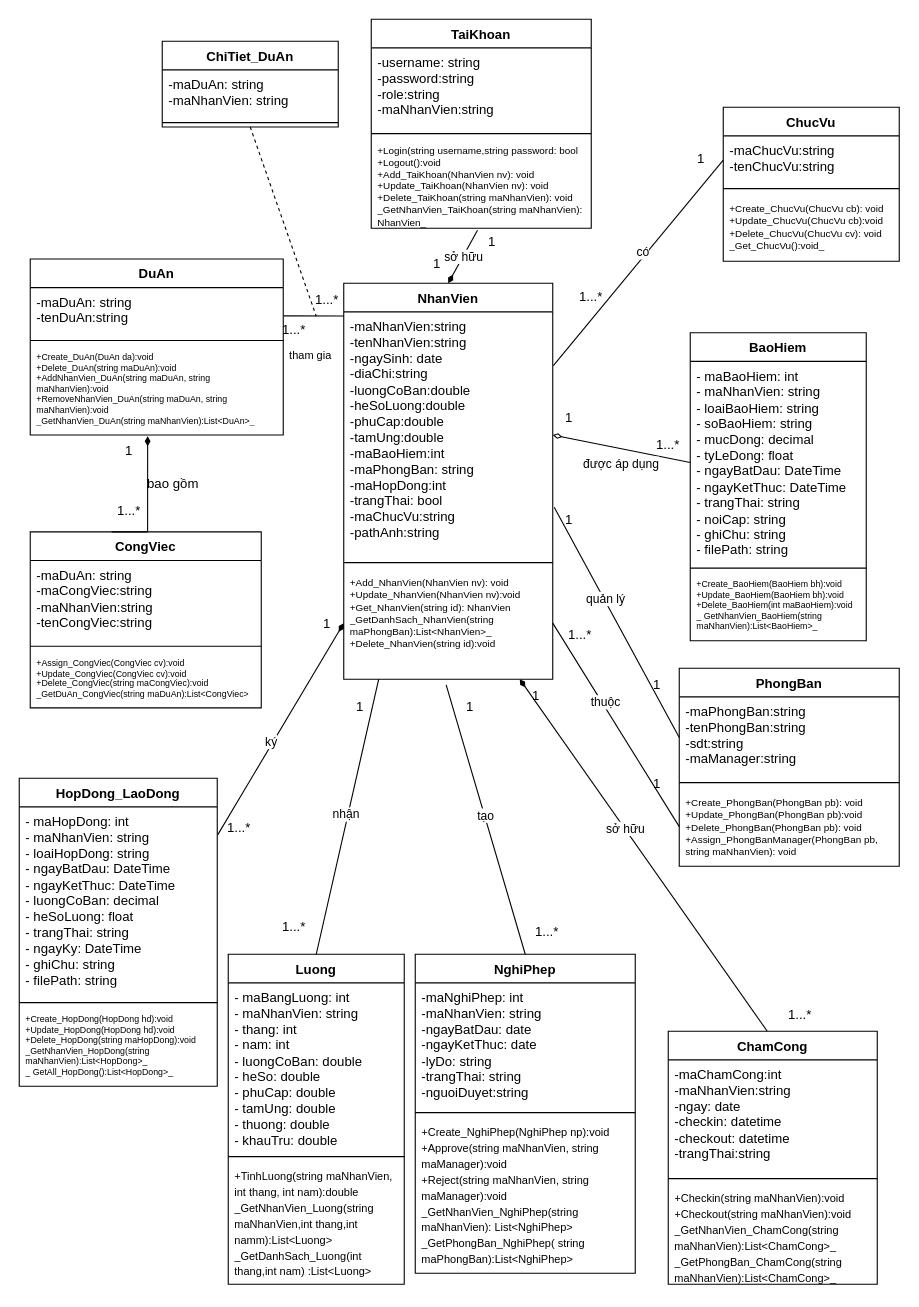
Earlier version of the draw.io diagram SoDoClass.drawio (hoangda24312/Group4-DesigningSystem). Source tidied: cells renumbered, new cells numbered last; positions are measured from the earlier drawing's top-left corner, leaving out a move shared by most shapes. Both pictures are drawn from the tidied source at 110%, with x=0, y=0 at pixel (19, 19).
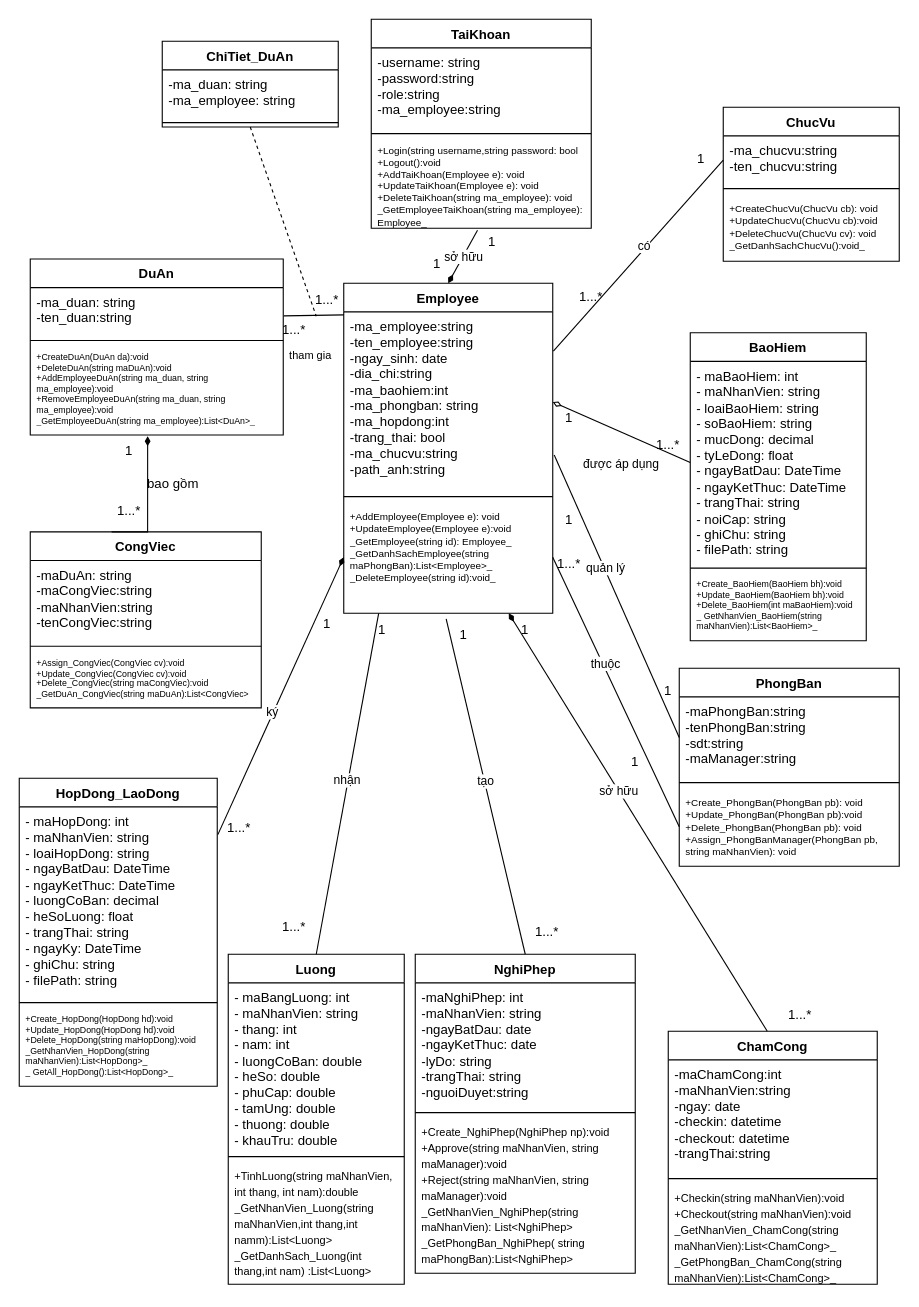
After the change.

Unchanged cells that the change refers to:
```xml
<mxCell id="2" value="TaiKhoan" style="swimlane;fontStyle=1;align=center;verticalAlign=top;horizontal=1;startSize=26;whiteSpace=wrap;html=1;" parent="1" vertex="1">
  <mxGeometry x="320" width="200" height="190" as="geometry" />
</mxCell>
<mxCell id="6" value="ChiTiet_DuAn" style="swimlane;fontStyle=1;align=center;verticalAlign=top;horizontal=1;startSize=26;whiteSpace=wrap;html=1;" parent="1" vertex="1">
  <mxGeometry x="130" y="20" width="160" height="78" as="geometry" />
</mxCell>
<mxCell id="9" value="DuAn" style="swimlane;fontStyle=1;align=center;verticalAlign=top;horizontal=1;startSize=26;whiteSpace=wrap;html=1;" parent="1" vertex="1">
  <mxGeometry x="10" y="218" width="230" height="160" as="geometry" />
</mxCell>
<mxCell id="54" value="ChucVu" style="swimlane;fontStyle=1;align=center;verticalAlign=top;horizontal=1;startSize=26;whiteSpace=wrap;html=1;" parent="1" vertex="1">
  <mxGeometry x="640" y="80" width="160" height="140" as="geometry" />
</mxCell>
```

Change to the diagram source:
```diff
@@
-    <mxCell id="3" value="-username: string&lt;div&gt;-password:string&lt;/div&gt;&lt;div&gt;-role:string&lt;/div&gt;&lt;div&gt;-maNhanVien:string&lt;/div&gt;" style="text;strokeColor=none;fillColor=none;align=left;verticalAlign=top;spacingLeft=4;spacingRight=4;overflow=hidden;whiteSpace=wrap;html=1;" parent="2" vertex="1">
+    <mxCell id="3" value="-username: string&lt;div&gt;-password:string&lt;/div&gt;&lt;div&gt;-role:string&lt;/div&gt;&lt;div&gt;-&lt;span style=&quot;background-color: transparent; color: light-dark(rgb(0, 0, 0), rgb(255, 255, 255));&quot;&gt;ma_employee&lt;/span&gt;&lt;span style=&quot;background-color: transparent; color: light-dark(rgb(0, 0, 0), rgb(255, 255, 255));&quot;&gt;:string&lt;/span&gt;&lt;/div&gt;" style="text;strokeColor=none;fillColor=none;align=left;verticalAlign=top;spacingLeft=4;spacingRight=4;overflow=hidden;whiteSpace=wrap;html=1;" parent="2" vertex="1">
       <mxGeometry y="26" width="200" height="74" as="geometry" />
     </mxCell>
@@
-    <mxCell id="5" value="+Login(string username,string password: bool&lt;div&gt;+Logout():void&lt;/div&gt;&lt;div&gt;+Add_TaiKhoan(NhanVien nv): void&lt;/div&gt;&lt;div&gt;+Update_TaiKhoan(NhanVien nv): void&lt;/div&gt;&lt;div&gt;+Delete_TaiKhoan(string maNhanVien): void&lt;/div&gt;&lt;div&gt;_GetNhanVien_TaiKhoan(string maNhanVien): NhanVien_&lt;/div&gt;" style="text;strokeColor=none;fillColor=none;align=left;verticalAlign=top;spacingLeft=4;spacingRight=4;overflow=hidden;points=[[0,0.5],[1,0.5]];portConstraint=eastwest;whiteSpace=wrap;html=1;fontSize=9;" parent="2" vertex="1">
+    <mxCell id="5" value="+Login(string username,string password: bool&lt;div&gt;+Logout():void&lt;/div&gt;&lt;div&gt;+AddTaiKhoan(Employee e): void&lt;/div&gt;&lt;div&gt;+UpdateTaiKhoan(Employee e): void&lt;/div&gt;&lt;div&gt;+DeleteTaiKhoan(string ma_employee): void&lt;/div&gt;&lt;div&gt;_GetEmployeeTaiKhoan(string ma_employee): Employee_&lt;/div&gt;" style="text;strokeColor=none;fillColor=none;align=left;verticalAlign=top;spacingLeft=4;spacingRight=4;overflow=hidden;points=[[0,0.5],[1,0.5]];portConstraint=eastwest;whiteSpace=wrap;html=1;fontSize=9;" parent="2" vertex="1">
       <mxGeometry y="108" width="200" height="82" as="geometry" />
     </mxCell>
@@
-    <mxCell id="7" value="-maDuAn: string&lt;div&gt;-maNhanVien: string&lt;div&gt;&lt;br&gt;&lt;/div&gt;&lt;/div&gt;" style="text;strokeColor=none;fillColor=none;align=left;verticalAlign=top;spacingLeft=4;spacingRight=4;overflow=hidden;whiteSpace=wrap;html=1;" parent="6" vertex="1">
+    <mxCell id="7" value="-ma_duan: string&lt;div&gt;-&lt;span style=&quot;background-color: transparent; color: light-dark(rgb(0, 0, 0), rgb(255, 255, 255));&quot;&gt;ma_employee&lt;/span&gt;&lt;span style=&quot;background-color: transparent; color: light-dark(rgb(0, 0, 0), rgb(255, 255, 255));&quot;&gt;: string&lt;/span&gt;&lt;/div&gt;&lt;div&gt;&lt;div&gt;&lt;br&gt;&lt;/div&gt;&lt;/div&gt;" style="text;strokeColor=none;fillColor=none;align=left;verticalAlign=top;spacingLeft=4;spacingRight=4;overflow=hidden;whiteSpace=wrap;html=1;" parent="6" vertex="1">
       <mxGeometry y="26" width="160" height="44" as="geometry" />
     </mxCell>
@@
-    <mxCell id="10" value="-maDuAn: string&lt;div&gt;-tenDuAn:string&lt;br&gt;&lt;div&gt;&lt;br&gt;&lt;/div&gt;&lt;/div&gt;" style="text;strokeColor=none;fillColor=none;align=left;verticalAlign=top;spacingLeft=4;spacingRight=4;overflow=hidden;points=[[0,0.5],[1,0.5]];portConstraint=eastwest;whiteSpace=wrap;html=1;" parent="9" vertex="1">
+    <mxCell id="10" value="-ma_duan: string&lt;div&gt;-ten_duan:string&lt;br&gt;&lt;div&gt;&lt;br&gt;&lt;/div&gt;&lt;/div&gt;" style="text;strokeColor=none;fillColor=none;align=left;verticalAlign=top;spacingLeft=4;spacingRight=4;overflow=hidden;points=[[0,0.5],[1,0.5]];portConstraint=eastwest;whiteSpace=wrap;html=1;" parent="9" vertex="1">
       <mxGeometry y="26" width="230" height="44" as="geometry" />
     </mxCell>
@@
-    <mxCell id="12" value="&lt;div&gt;+Create_DuAn(DuAn da):void&lt;/div&gt;&lt;div&gt;+Delete_DuAn(string maDuAn):void&lt;/div&gt;&lt;div&gt;+AddNhanVien_DuAn(string maDuAn, string maNhanVien):void&lt;/div&gt;&lt;div&gt;+RemoveNhanVien_DuAn(string maDuAn, string maNhanVien):void&lt;/div&gt;&lt;div&gt;_GetNhanVien_DuAn(string maNhanVien):List&amp;lt;DuAn&amp;gt;_&lt;/div&gt;" style="text;strokeColor=none;fillColor=none;align=left;verticalAlign=top;spacingLeft=4;spacingRight=4;overflow=hidden;points=[[0,0.5],[1,0.5]];portConstraint=eastwest;whiteSpace=wrap;html=1;fontSize=8;" parent="9" vertex="1">
+    <mxCell id="12" value="&lt;div&gt;+CreateDuAn(DuAn da):void&lt;/div&gt;&lt;div&gt;+DeleteDuAn(string maDuAn):void&lt;/div&gt;&lt;div&gt;+AddEmployeeDuAn(string ma_duan, string ma_employee):void&lt;/div&gt;&lt;div&gt;+RemoveEmployeeDuAn(string ma_duan, string ma_employee):void&lt;/div&gt;&lt;div&gt;_GetEmployeeDuAn(string ma_employee):List&amp;lt;DuAn&amp;gt;_&lt;/div&gt;" style="text;strokeColor=none;fillColor=none;align=left;verticalAlign=top;spacingLeft=4;spacingRight=4;overflow=hidden;points=[[0,0.5],[1,0.5]];portConstraint=eastwest;whiteSpace=wrap;html=1;fontSize=8;" parent="9" vertex="1">
       <mxGeometry y="78" width="230" height="82" as="geometry" />
     </mxCell>
@@
-    <mxCell id="25" value="NhanVien" style="swimlane;fontStyle=1;align=center;verticalAlign=top;horizontal=1;startSize=26;whiteSpace=wrap;html=1;" parent="1" vertex="1">
-      <mxGeometry x="295" y="240" width="190" height="360" as="geometry" />
+    <mxCell id="25" value="Employee" style="swimlane;fontStyle=1;align=center;verticalAlign=top;horizontal=1;startSize=26;whiteSpace=wrap;html=1;" parent="1" vertex="1">
+      <mxGeometry x="295" y="240" width="190" height="300" as="geometry" />
     </mxCell>
-    <mxCell id="26" value="-maNhanVien:string&lt;div&gt;-tenNhanVien:string&lt;/div&gt;&lt;div&gt;-ngaySinh: date&lt;/div&gt;&lt;div&gt;-diaChi:string&lt;/div&gt;&lt;div&gt;-luongCoBan:double&lt;/div&gt;&lt;div&gt;-heSoLuong:double&lt;/div&gt;&lt;div&gt;-phuCap:double&lt;/div&gt;&lt;div&gt;-tamUng:double&lt;/div&gt;&lt;div&gt;-maBaoHiem:int&amp;nbsp;&lt;/div&gt;&lt;div&gt;-maPhongBan: string&lt;/div&gt;&lt;div&gt;-maHopDong:int&lt;/div&gt;&lt;div&gt;-trangThai: bool&lt;/div&gt;&lt;div&gt;-maChucVu:string&lt;/div&gt;&lt;div&gt;-pathAnh:string&lt;/div&gt;" style="text;strokeColor=none;fillColor=none;align=left;verticalAlign=top;spacingLeft=4;spacingRight=4;overflow=hidden;points=[[0,0.5],[1,0.5]];portConstraint=eastwest;whiteSpace=wrap;html=1;" parent="25" vertex="1">
-      <mxGeometry y="26" width="190" height="224" as="geometry" />
+    <mxCell id="26" value="-ma_employee:string&lt;div&gt;-ten_employee:string&lt;/div&gt;&lt;div&gt;-ngay_sinh: date&lt;/div&gt;&lt;div&gt;-dia_chi:string&lt;/div&gt;&lt;div&gt;-ma_baohiem:int&amp;nbsp;&lt;/div&gt;&lt;div&gt;-ma_phongban: string&lt;/div&gt;&lt;div&gt;-ma_hopdong:int&lt;/div&gt;&lt;div&gt;-trang_thai: bool&lt;/div&gt;&lt;div&gt;-ma_chucvu:string&lt;/div&gt;&lt;div&gt;-path_anh:string&lt;/div&gt;" style="text;strokeColor=none;fillColor=none;align=left;verticalAlign=top;spacingLeft=4;spacingRight=4;overflow=hidden;points=[[0,0.5],[1,0.5]];portConstraint=eastwest;whiteSpace=wrap;html=1;" parent="25" vertex="1">
+      <mxGeometry y="26" width="190" height="164" as="geometry" />
     </mxCell>
     <mxCell id="27" style="line;strokeWidth=1;fillColor=none;align=left;verticalAlign=middle;spacingTop=-1;spacingLeft=3;spacingRight=3;labelPosition=right;strokeColor=inherit;" parent="25" vertex="1">
-      <mxGeometry y="250" width="190" height="8" as="geometry" />
+      <mxGeometry y="190" width="190" height="8" as="geometry" />
     </mxCell>
-    <mxCell id="28" value="&lt;span style=&quot;font-size: 9px;&quot;&gt;+Add_NhanVien(NhanVien nv): void&lt;/span&gt;&lt;div style=&quot;font-size: 9px;&quot;&gt;+Update_NhanVien(NhanVien nv):void&lt;/div&gt;&lt;div style=&quot;font-size: 9px;&quot;&gt;+Get_NhanVien(string id): NhanVien&lt;/div&gt;&lt;div style=&quot;font-size: 9px;&quot;&gt;_GetDanhSach_NhanVien(string maPhongBan):List&amp;lt;NhanVien&amp;gt;_&lt;/div&gt;&lt;div style=&quot;font-size: 9px;&quot;&gt;+Delete_NhanVien(string id):void&lt;/div&gt;&lt;div style=&quot;font-size: 9px;&quot;&gt;&lt;br&gt;&lt;/div&gt;" style="text;strokeColor=none;fillColor=none;align=left;verticalAlign=top;spacingLeft=4;spacingRight=4;overflow=hidden;points=[[0,0.5],[1,0.5]];portConstraint=eastwest;whiteSpace=wrap;html=1;" parent="25" vertex="1">
-      <mxGeometry y="258" width="190" height="102" as="geometry" />
+    <mxCell id="28" value="&lt;span style=&quot;font-size: 9px;&quot;&gt;+AddEmployee(Employee e): void&lt;/span&gt;&lt;div style=&quot;font-size: 9px;&quot;&gt;+UpdateEmployee(Employee e):void&lt;/div&gt;&lt;div style=&quot;font-size: 9px;&quot;&gt;_GetEmployee(string id): Employee_&lt;/div&gt;&lt;div style=&quot;font-size: 9px;&quot;&gt;_GetDanhSachEmployee(string maPhongBan):List&amp;lt;Employee&amp;gt;_&lt;/div&gt;&lt;div style=&quot;font-size: 9px;&quot;&gt;_DeleteEmployee(string id):void_&lt;/div&gt;&lt;div style=&quot;font-size: 9px;&quot;&gt;&lt;br&gt;&lt;/div&gt;" style="text;strokeColor=none;fillColor=none;align=left;verticalAlign=top;spacingLeft=4;spacingRight=4;overflow=hidden;points=[[0,0.5],[1,0.5]];portConstraint=eastwest;whiteSpace=wrap;html=1;" parent="25" vertex="1">
+      <mxGeometry y="198" width="190" height="102" as="geometry" />
     </mxCell>
@@
-    <mxCell id="55" value="&lt;div&gt;&lt;div&gt;-maChucVu:string&lt;/div&gt;&lt;/div&gt;&lt;div&gt;-tenChucVu:string&lt;/div&gt;" style="text;strokeColor=none;fillColor=none;align=left;verticalAlign=top;spacingLeft=4;spacingRight=4;overflow=hidden;points=[[0,0.5],[1,0.5]];portConstraint=eastwest;whiteSpace=wrap;html=1;" parent="54" vertex="1">
+    <mxCell id="55" value="&lt;div&gt;&lt;div&gt;-ma_chucvu:string&lt;/div&gt;&lt;/div&gt;&lt;div&gt;-ten_chucvu:string&lt;/div&gt;" style="text;strokeColor=none;fillColor=none;align=left;verticalAlign=top;spacingLeft=4;spacingRight=4;overflow=hidden;points=[[0,0.5],[1,0.5]];portConstraint=eastwest;whiteSpace=wrap;html=1;" parent="54" vertex="1">
       <mxGeometry y="26" width="160" height="44" as="geometry" />
     </mxCell>
@@
-    <mxCell id="57" value="&lt;span style=&quot;font-size: 9px;&quot;&gt;+Create_ChucVu(ChucVu cb): void&lt;/span&gt;&lt;div style=&quot;font-size: 9px;&quot;&gt;+Update_ChucVu(ChucVu cb):void&lt;/div&gt;&lt;div style=&quot;font-size: 9px;&quot;&gt;+Delete_ChucVu(ChucVu cv): void&lt;/div&gt;&lt;div style=&quot;font-size: 9px;&quot;&gt;_Get_ChucVu():void_&lt;/div&gt;" style="text;strokeColor=none;fillColor=none;align=left;verticalAlign=top;spacingLeft=4;spacingRight=4;overflow=hidden;whiteSpace=wrap;html=1;" parent="54" vertex="1">
+    <mxCell id="57" value="&lt;span style=&quot;font-size: 9px;&quot;&gt;+CreateChucVu(ChucVu cb): void&lt;/span&gt;&lt;div style=&quot;font-size: 9px;&quot;&gt;+UpdateChucVu(ChucVu cb):void&lt;/div&gt;&lt;div style=&quot;font-size: 9px;&quot;&gt;+DeleteChucVu(ChucVu cv): void&lt;/div&gt;&lt;div style=&quot;font-size: 9px;&quot;&gt;_GetDanhSachChucVu():void_&lt;/div&gt;" style="text;strokeColor=none;fillColor=none;align=left;verticalAlign=top;spacingLeft=4;spacingRight=4;overflow=hidden;whiteSpace=wrap;html=1;" parent="54" vertex="1">
       <mxGeometry y="78" width="160" height="62" as="geometry" />
     </mxCell>
@@
     <mxCell id="69" value="1" style="text;html=1;whiteSpace=wrap;strokeColor=none;fillColor=none;align=center;verticalAlign=middle;rounded=0;" parent="1" vertex="1">
-      <mxGeometry x="550" y="590" width="60" height="30" as="geometry" />
+      <mxGeometry x="560" y="596" width="60" height="30" as="geometry" />
     </mxCell>
     <mxCell id="70" value="1...*" style="text;html=1;whiteSpace=wrap;strokeColor=none;fillColor=none;align=center;verticalAlign=middle;rounded=0;" parent="1" vertex="1">
-      <mxGeometry x="480" y="545" width="60" height="30" as="geometry" />
+      <mxGeometry x="470" y="480" width="60" height="30" as="geometry" />
     </mxCell>
     <mxCell id="71" value="1" style="text;html=1;whiteSpace=wrap;strokeColor=none;fillColor=none;align=center;verticalAlign=middle;rounded=0;" parent="1" vertex="1">
-      <mxGeometry x="550" y="680" width="60" height="30" as="geometry" />
+      <mxGeometry x="530" y="660" width="60" height="30" as="geometry" />
     </mxCell>
@@
     <mxCell id="82" value="1" style="text;html=1;whiteSpace=wrap;strokeColor=none;fillColor=none;align=center;verticalAlign=middle;rounded=0;" parent="1" vertex="1">
-      <mxGeometry x="280" y="610" width="60" height="30" as="geometry" />
+      <mxGeometry x="300" y="540" width="60" height="30" as="geometry" />
     </mxCell>
@@
     <mxCell id="84" value="1" style="text;html=1;whiteSpace=wrap;strokeColor=none;fillColor=none;align=center;verticalAlign=middle;rounded=0;" parent="1" vertex="1">
-      <mxGeometry x="380" y="610" width="60" height="30" as="geometry" />
+      <mxGeometry x="374" y="545" width="60" height="30" as="geometry" />
     </mxCell>
@@
     <mxCell id="87" value="1" style="text;html=1;whiteSpace=wrap;strokeColor=none;fillColor=none;align=center;verticalAlign=middle;rounded=0;" parent="1" vertex="1">
-      <mxGeometry x="440" y="600" width="60" height="30" as="geometry" />
+      <mxGeometry x="430" y="540" width="60" height="30" as="geometry" />
     </mxCell>
```
